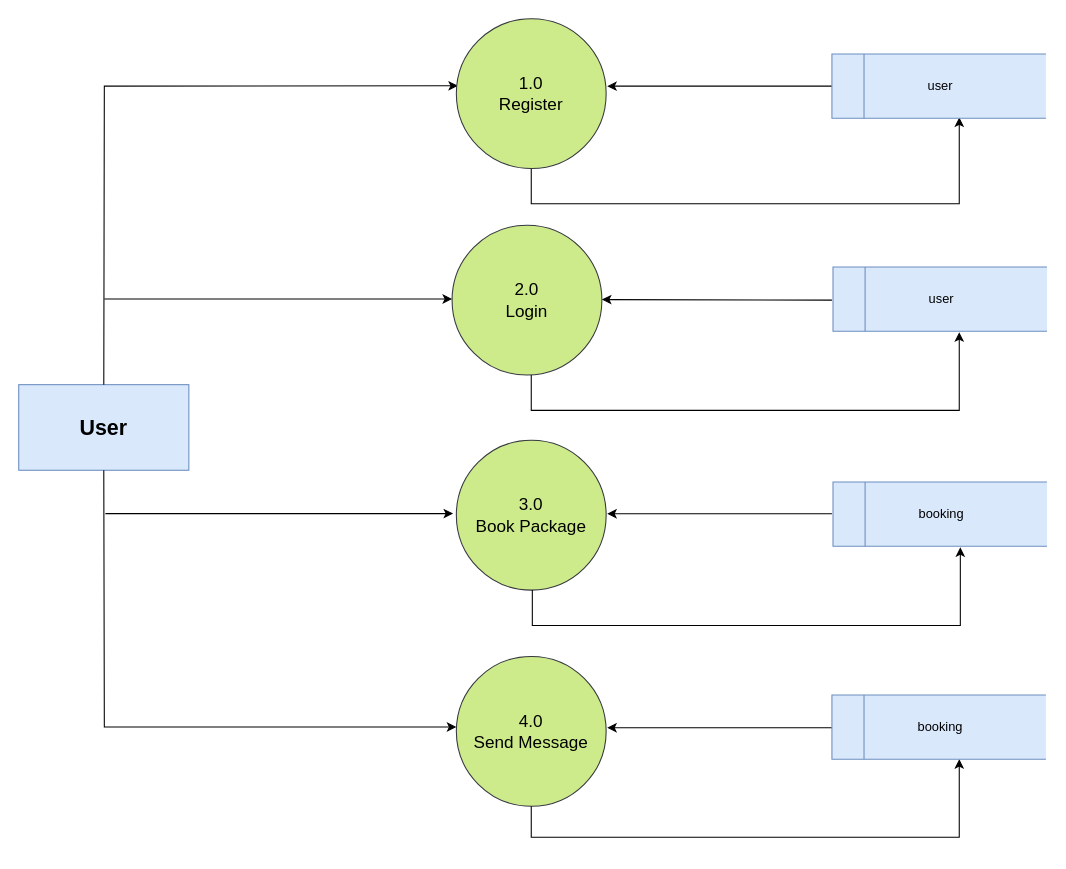
parmarkalpesh/krishnatourism keeps this draw.io diagram as diagram/userdfd.drawio. Above is the earlier version. Source tidied: cells renumbered, new cells numbered last; positions are measured from the earlier drawing's top-left corner, leaving out a move shared by most shapes. Both pictures are drawn from the tidied source at 107%, with x=0, y=0 at pixel (18, 18).
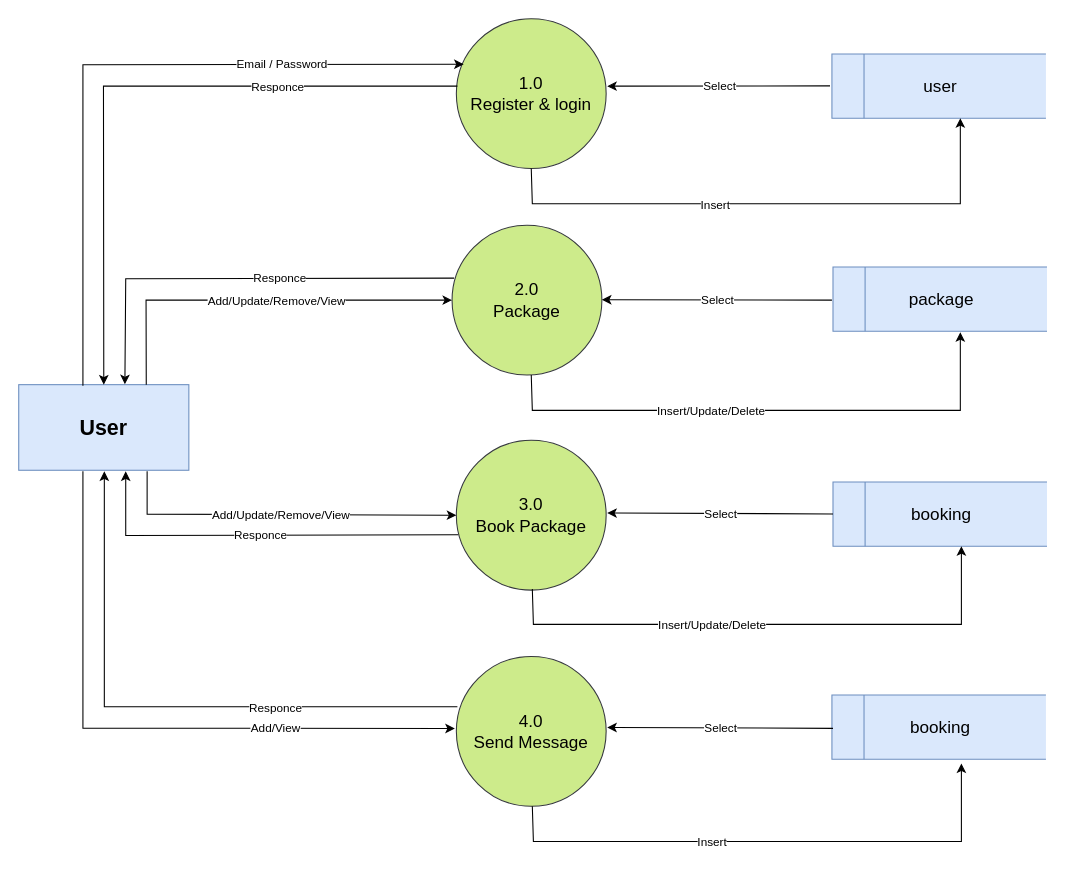
The same page after the edit.

Unchanged cells that the change refers to:
```xml
<mxCell id="3" value="User" style="rounded=0;whiteSpace=wrap;html=1;fillColor=#dae8fc;strokeColor=#6c8ebf;fontSize=20;fontStyle=1;" parent="1" vertex="1">
  <mxGeometry y="342" width="159" height="80" as="geometry" />
</mxCell>
<mxCell id="7" value="3.0&lt;br&gt;Book Package" style="ellipse;whiteSpace=wrap;html=1;fillColor=#cdeb8b;strokeColor=#36393d;fontSize=16;" parent="1" vertex="1">
  <mxGeometry x="409" y="394" width="140" height="140" as="geometry" />
</mxCell>
<mxCell id="15" value="4.0&lt;br&gt;Send Message" style="ellipse;whiteSpace=wrap;html=1;fillColor=#cdeb8b;strokeColor=#36393d;fontSize=16;" parent="1" vertex="1">
  <mxGeometry x="409" y="596" width="140" height="140" as="geometry" />
</mxCell>
```

Change to the diagram source:
```diff
@@
-    <mxCell id="2" style="endArrow=classic;html=1;rounded=0;entryX=0.595;entryY=0.986;entryDx=0;entryDy=0;entryPerimeter=0;" parent="1" edge="1">
-      <mxGeometry relative="1" as="geometry">
-        <mxPoint x="479" y="140" as="sourcePoint" />
-        <mxPoint x="879" y="92.2" as="targetPoint" />
-        <Array as="points">
-          <mxPoint x="479" y="173" />
-          <mxPoint x="879" y="173" />
-        </Array>
-      </mxGeometry>
-    </mxCell>
@@
-    <mxCell id="4" value="2.0&lt;br&gt;Login" style="ellipse;whiteSpace=wrap;html=1;fillColor=#cdeb8b;strokeColor=#36393d;fontSize=16;" parent="1" vertex="1">
+    <mxCell id="4" value="2.0&lt;br&gt;Package" style="ellipse;whiteSpace=wrap;html=1;fillColor=#cdeb8b;strokeColor=#36393d;fontSize=16;" parent="1" vertex="1">
       <mxGeometry x="405" y="193" width="140" height="140" as="geometry" />
     </mxCell>
-    <mxCell id="5" style="endArrow=classic;html=1;rounded=0;exitX=0.5;exitY=0;exitDx=0;exitDy=0;entryX=0.018;entryY=0.448;entryDx=0;entryDy=0;entryPerimeter=0;" parent="1" edge="1" source="3">
-      <mxGeometry relative="1" as="geometry">
-        <mxPoint x="410.5" y="62.7" as="targetPoint" />
-        <Array as="points">
-          <mxPoint x="80" y="63" />
-        </Array>
-      </mxGeometry>
-    </mxCell>
-    <mxCell id="6" value="1.0&lt;br&gt;Register" style="ellipse;whiteSpace=wrap;html=1;fillColor=#cdeb8b;strokeColor=#36393d;fontSize=16;" parent="1" vertex="1">
+    <mxCell id="6" value="1.0&lt;br&gt;Register &amp;amp; login" style="ellipse;whiteSpace=wrap;html=1;fillColor=#cdeb8b;strokeColor=#36393d;fontSize=16;" parent="1" vertex="1">
       <mxGeometry x="409" width="140" height="140" as="geometry" />
     </mxCell>
@@
-    <mxCell id="8" style="endArrow=classic;html=1;rounded=0;entryX=0;entryY=0.5;entryDx=0;entryDy=0;" parent="1" edge="1">
-      <mxGeometry relative="1" as="geometry">
-        <mxPoint x="80" y="262" as="sourcePoint" />
-        <mxPoint x="405" y="262" as="targetPoint" />
-      </mxGeometry>
-    </mxCell>
-    <mxCell id="9" style="endArrow=classic;html=1;rounded=0;exitX=0.5;exitY=1;exitDx=0;exitDy=0;" parent="1" edge="1" source="3">
-      <mxGeometry relative="1" as="geometry">
-        <mxPoint x="409" y="662" as="targetPoint" />
-        <Array as="points">
-          <mxPoint x="80" y="662" />
-        </Array>
-      </mxGeometry>
-    </mxCell>
-    <mxCell id="10" style="endArrow=classic;html=1;rounded=0;" parent="1" edge="1">
-      <mxGeometry relative="1" as="geometry">
-        <mxPoint x="479" y="333" as="sourcePoint" />
-        <mxPoint x="879" y="293" as="targetPoint" />
-        <Array as="points">
-          <mxPoint x="479" y="366" />
-          <mxPoint x="879" y="366" />
-        </Array>
-      </mxGeometry>
-    </mxCell>
-    <mxCell id="11" style="endArrow=classic;html=1;rounded=0;" parent="1" edge="1">
-      <mxGeometry relative="1" as="geometry">
-        <mxPoint x="480" y="534" as="sourcePoint" />
-        <mxPoint x="880" y="494" as="targetPoint" />
-        <Array as="points">
-          <mxPoint x="480" y="567" />
-          <mxPoint x="880" y="567" />
-        </Array>
-      </mxGeometry>
-    </mxCell>
-    <mxCell id="12" style="endArrow=classic;html=1;rounded=0;exitX=0;exitY=0.5;exitDx=0;exitDy=0;" parent="1" edge="1">
-      <mxGeometry relative="1" as="geometry">
-        <mxPoint x="760" y="63" as="sourcePoint" />
-        <mxPoint x="550" y="63" as="targetPoint" />
-      </mxGeometry>
-    </mxCell>
-    <mxCell id="13" style="endArrow=classic;html=1;rounded=0;exitX=0;exitY=0.5;exitDx=0;exitDy=0;" parent="1" edge="1">
-      <mxGeometry relative="1" as="geometry">
-        <mxPoint x="760" y="263" as="sourcePoint" />
-        <mxPoint x="545" y="262.5" as="targetPoint" />
-      </mxGeometry>
-    </mxCell>
-    <mxCell id="14" style="endArrow=classic;html=1;rounded=0;exitX=0;exitY=0.5;exitDx=0;exitDy=0;" parent="1" edge="1">
-      <mxGeometry relative="1" as="geometry">
-        <mxPoint x="760" y="462.6" as="sourcePoint" />
-        <mxPoint x="550" y="462.6" as="targetPoint" />
-      </mxGeometry>
-    </mxCell>
@@
-    <mxCell id="16" style="endArrow=classic;html=1;rounded=0;exitX=0.5;exitY=1;exitDx=0;exitDy=0;" parent="1" edge="1" source="15">
-      <mxGeometry relative="1" as="geometry">
-        <mxPoint x="879" y="692" as="targetPoint" />
-        <Array as="points">
-          <mxPoint x="479" y="765" />
-          <mxPoint x="879" y="765" />
-        </Array>
-      </mxGeometry>
-    </mxCell>
-    <mxCell id="17" style="endArrow=classic;html=1;rounded=0;exitX=0;exitY=0.5;exitDx=0;exitDy=0;" parent="1" edge="1">
-      <mxGeometry relative="1" as="geometry">
-        <mxPoint x="760" y="662.6" as="sourcePoint" />
-        <mxPoint x="550" y="662.6" as="targetPoint" />
-      </mxGeometry>
-    </mxCell>
-    <mxCell id="18" style="endArrow=classic;html=1;rounded=0;entryX=0;entryY=0.5;entryDx=0;entryDy=0;" parent="1" edge="1">
-      <mxGeometry relative="1" as="geometry">
-        <mxPoint x="81" y="462.5" as="sourcePoint" />
-        <mxPoint x="406" y="462.5" as="targetPoint" />
-      </mxGeometry>
-    </mxCell>
-    <mxCell id="19" value="user" style="html=1;dashed=0;whiteSpace=wrap;shape=mxgraph.dfd.dataStoreID;align=center;spacingLeft=3;points=[[0,0],[0.5,0],[1,0],[0,0.5],[1,0.5],[0,1],[0.5,1],[1,1]];fillColor=#dae8fc;strokeColor=#6c8ebf;" parent="1" vertex="1">
+    <mxCell id="19" value="user" style="html=1;dashed=0;whiteSpace=wrap;shape=mxgraph.dfd.dataStoreID;align=center;spacingLeft=3;points=[[0,0],[0.5,0],[1,0],[0,0.5],[1,0.5],[0,1],[0.5,1],[1,1]];fillColor=#dae8fc;strokeColor=#6c8ebf;fontSize=16;" parent="1" vertex="1">
       <mxGeometry x="760" y="33" width="200" height="60" as="geometry" />
     </mxCell>
-    <mxCell id="20" value="user" style="html=1;dashed=0;whiteSpace=wrap;shape=mxgraph.dfd.dataStoreID;align=center;spacingLeft=3;fillColor=#dae8fc;strokeColor=#6c8ebf;" parent="1" vertex="1">
+    <mxCell id="20" value="package" style="html=1;dashed=0;whiteSpace=wrap;shape=mxgraph.dfd.dataStoreID;align=center;spacingLeft=3;fillColor=#dae8fc;strokeColor=#6c8ebf;fontSize=16;" parent="1" vertex="1">
       <mxGeometry x="761" y="232" width="200" height="60" as="geometry" />
     </mxCell>
-    <mxCell id="21" value="booking" style="html=1;dashed=0;whiteSpace=wrap;shape=mxgraph.dfd.dataStoreID;align=center;spacingLeft=3;fillColor=#dae8fc;strokeColor=#6c8ebf;" parent="1" vertex="1">
+    <mxCell id="21" value="booking" style="html=1;dashed=0;whiteSpace=wrap;shape=mxgraph.dfd.dataStoreID;align=center;spacingLeft=3;fillColor=#dae8fc;strokeColor=#6c8ebf;fontSize=16;" parent="1" vertex="1">
       <mxGeometry x="761" y="433" width="200" height="60" as="geometry" />
     </mxCell>
-    <mxCell id="22" value="booking" style="html=1;dashed=0;whiteSpace=wrap;shape=mxgraph.dfd.dataStoreID;align=center;spacingLeft=3;fillColor=#dae8fc;strokeColor=#6c8ebf;" parent="1" vertex="1">
+    <mxCell id="22" value="booking" style="html=1;dashed=0;whiteSpace=wrap;shape=mxgraph.dfd.dataStoreID;align=center;spacingLeft=3;fillColor=#dae8fc;strokeColor=#6c8ebf;fontSize=16;" parent="1" vertex="1">
       <mxGeometry x="760" y="632" width="200" height="60" as="geometry" />
     </mxCell>
+    <mxCell id="23" style="endArrow=classic;html=1;rounded=0;entryX=0.5;entryY=0;entryDx=0;entryDy=0;" parent="1" edge="1" target="3">
+      <mxGeometry relative="1" as="geometry">
+        <mxPoint x="410" y="63" as="sourcePoint" />
+        <Array as="points">
+          <mxPoint x="79.2" y="63" />
+        </Array>
+      </mxGeometry>
+    </mxCell>
+    <mxCell id="24" value="Responce" style="edgeLabel;html=1;align=center;verticalAlign=middle;" parent="23" vertex="1">
+      <mxGeometry relative="1" as="geometry">
+        <mxPoint x="136" as="offset" />
+      </mxGeometry>
+    </mxCell>
+    <mxCell id="25" style="endArrow=classic;html=1;rounded=0;entryX=0.049;entryY=0.304;entryDx=0;entryDy=0;entryPerimeter=0;" parent="1" edge="1" target="6">
+      <mxGeometry relative="1" as="geometry">
+        <mxPoint x="60" y="343" as="sourcePoint" />
+        <Array as="points">
+          <mxPoint x="60" y="43" />
+        </Array>
+      </mxGeometry>
+    </mxCell>
+    <mxCell id="26" value="Email / Password" style="edgeLabel;html=1;align=center;verticalAlign=middle;" parent="25" vertex="1">
+      <mxGeometry relative="1" as="geometry">
+        <mxPoint x="158" as="offset" />
+      </mxGeometry>
+    </mxCell>
+    <mxCell id="27" style="endArrow=classic;html=1;rounded=0;exitX=0.75;exitY=0;exitDx=0;exitDy=0;entryX=0;entryY=0.5;entryDx=0;entryDy=0;" parent="1" edge="1">
+      <mxGeometry relative="1" as="geometry">
+        <mxPoint x="119.2" y="342" as="sourcePoint" />
+        <mxPoint x="405" y="263" as="targetPoint" />
+        <Array as="points">
+          <mxPoint x="119" y="263" />
+        </Array>
+      </mxGeometry>
+    </mxCell>
+    <mxCell id="28" value="Add/Update/Remove/View" style="edgeLabel;html=1;align=center;verticalAlign=middle;" parent="27" vertex="1">
+      <mxGeometry relative="1" as="geometry">
+        <mxPoint x="18" as="offset" />
+      </mxGeometry>
+    </mxCell>
+    <mxCell id="29" style="endArrow=classic;html=1;rounded=0;entryX=0.624;entryY=-0.005;entryDx=0;entryDy=0;entryPerimeter=0;exitX=0.014;exitY=0.353;exitDx=0;exitDy=0;exitPerimeter=0;" parent="1" edge="1" source="4" target="3">
+      <mxGeometry relative="1" as="geometry">
+        <Array as="points">
+          <mxPoint x="100" y="243" />
+        </Array>
+      </mxGeometry>
+    </mxCell>
+    <mxCell id="30" value="Responce" style="edgeLabel;html=1;align=center;verticalAlign=middle;" parent="29" vertex="1">
+      <mxGeometry relative="1" as="geometry">
+        <mxPoint x="40" as="offset" />
+      </mxGeometry>
+    </mxCell>
+    <mxCell id="31" style="endArrow=classic;html=1;rounded=0;entryX=0;entryY=0.5;entryDx=0;entryDy=0;" parent="1" edge="1" target="7">
+      <mxGeometry relative="1" as="geometry">
+        <mxPoint x="120" y="423" as="sourcePoint" />
+        <Array as="points">
+          <mxPoint x="120" y="463" />
+        </Array>
+      </mxGeometry>
+    </mxCell>
+    <mxCell id="32" value="Add/Update/Remove/View" style="edgeLabel;html=1;align=center;verticalAlign=middle;" parent="31" vertex="1">
+      <mxGeometry relative="1" as="geometry" />
+    </mxCell>
+    <mxCell id="33" style="endArrow=classic;html=1;rounded=0;exitX=0.013;exitY=0.631;exitDx=0;exitDy=0;exitPerimeter=0;" parent="1" edge="1" source="7">
+      <mxGeometry relative="1" as="geometry">
+        <mxPoint x="100" y="423" as="targetPoint" />
+        <Array as="points">
+          <mxPoint x="100" y="483" />
+        </Array>
+      </mxGeometry>
+    </mxCell>
+    <mxCell id="34" value="Responce" style="edgeLabel;html=1;align=center;verticalAlign=middle;" parent="33" vertex="1">
+      <mxGeometry relative="1" as="geometry" />
+    </mxCell>
+    <mxCell id="35" style="endArrow=classic;html=1;rounded=0;exitX=0.007;exitY=0.336;exitDx=0;exitDy=0;exitPerimeter=0;" parent="1" edge="1" source="15">
+      <mxGeometry relative="1" as="geometry">
+        <mxPoint x="80" y="423" as="targetPoint" />
+        <Array as="points">
+          <mxPoint x="80" y="643" />
+        </Array>
+      </mxGeometry>
+    </mxCell>
+    <mxCell id="36" value="Responce" style="edgeLabel;html=1;align=center;verticalAlign=middle;" parent="35" vertex="1">
+      <mxGeometry relative="1" as="geometry">
+        <mxPoint x="105" as="offset" />
+      </mxGeometry>
+    </mxCell>
+    <mxCell id="37" style="endArrow=classic;html=1;rounded=0;entryX=-0.01;entryY=0.481;entryDx=0;entryDy=0;entryPerimeter=0;" parent="1" edge="1" target="15">
+      <mxGeometry relative="1" as="geometry">
+        <mxPoint x="60" y="423" as="sourcePoint" />
+        <Array as="points">
+          <mxPoint x="60" y="663" />
+        </Array>
+      </mxGeometry>
+    </mxCell>
+    <mxCell id="38" value="Add/View" style="edgeLabel;html=1;align=center;verticalAlign=middle;" parent="37" vertex="1">
+      <mxGeometry relative="1" as="geometry">
+        <mxPoint x="126" y="-1" as="offset" />
+      </mxGeometry>
+    </mxCell>
+    <mxCell id="39" style="endArrow=classic;html=1;rounded=0;exitX=-0.009;exitY=0.496;exitDx=0;exitDy=0;exitPerimeter=0;" parent="1" edge="1" source="19">
+      <mxGeometry relative="1" as="geometry">
+        <mxPoint x="550" y="63" as="targetPoint" />
+      </mxGeometry>
+    </mxCell>
+    <mxCell id="40" value="Select" style="edgeLabel;html=1;align=center;verticalAlign=middle;" parent="39" vertex="1">
+      <mxGeometry relative="1" as="geometry" />
+    </mxCell>
+    <mxCell id="41" style="endArrow=classic;html=1;rounded=0;exitX=0.5;exitY=1;exitDx=0;exitDy=0;entryX=0.6;entryY=1;entryDx=0;entryDy=0;entryPerimeter=0;" parent="1" edge="1" source="6" target="19">
+      <mxGeometry relative="1" as="geometry">
+        <Array as="points">
+          <mxPoint x="480" y="173" />
+          <mxPoint x="880" y="173" />
+        </Array>
+      </mxGeometry>
+    </mxCell>
+    <mxCell id="42" value="Insert" style="edgeLabel;html=1;align=center;verticalAlign=middle;" parent="41" vertex="1">
+      <mxGeometry relative="1" as="geometry">
+        <mxPoint x="-53" as="offset" />
+      </mxGeometry>
+    </mxCell>
+    <mxCell id="43" style="endArrow=classic;html=1;rounded=0;" parent="1" edge="1">
+      <mxGeometry relative="1" as="geometry">
+        <mxPoint x="760" y="263" as="sourcePoint" />
+        <mxPoint x="545" y="262.6" as="targetPoint" />
+      </mxGeometry>
+    </mxCell>
+    <mxCell id="44" value="Select" style="edgeLabel;html=1;align=center;verticalAlign=middle;" parent="43" vertex="1">
+      <mxGeometry relative="1" as="geometry" />
+    </mxCell>
+    <mxCell id="45" style="endArrow=classic;html=1;rounded=0;exitX=0.5;exitY=1;exitDx=0;exitDy=0;" parent="1" edge="1">
+      <mxGeometry relative="1" as="geometry">
+        <mxPoint x="479" y="333" as="sourcePoint" />
+        <mxPoint x="880" y="293" as="targetPoint" />
+        <Array as="points">
+          <mxPoint x="480" y="366" />
+          <mxPoint x="880" y="366" />
+        </Array>
+      </mxGeometry>
+    </mxCell>
+    <mxCell id="46" value="Insert/Update/Delete" style="edgeLabel;html=1;align=center;verticalAlign=middle;" parent="45" vertex="1">
+      <mxGeometry relative="1" as="geometry">
+        <mxPoint x="-53" as="offset" />
+      </mxGeometry>
+    </mxCell>
+    <mxCell id="47" style="endArrow=classic;html=1;rounded=0;exitX=0.5;exitY=1;exitDx=0;exitDy=0;" parent="1" edge="1">
+      <mxGeometry relative="1" as="geometry">
+        <mxPoint x="480" y="533" as="sourcePoint" />
+        <mxPoint x="881" y="493" as="targetPoint" />
+        <Array as="points">
+          <mxPoint x="481" y="566" />
+          <mxPoint x="881" y="566" />
+        </Array>
+      </mxGeometry>
+    </mxCell>
+    <mxCell id="48" value="Insert/Update/Delete" style="edgeLabel;html=1;align=center;verticalAlign=middle;" parent="47" vertex="1">
+      <mxGeometry relative="1" as="geometry">
+        <mxPoint x="-53" as="offset" />
+      </mxGeometry>
+    </mxCell>
+    <mxCell id="49" style="endArrow=classic;html=1;rounded=0;" parent="1" edge="1">
+      <mxGeometry relative="1" as="geometry">
+        <mxPoint x="761" y="462.8" as="sourcePoint" />
+        <mxPoint x="550" y="462" as="targetPoint" />
+      </mxGeometry>
+    </mxCell>
+    <mxCell id="50" value="Select" style="edgeLabel;html=1;align=center;verticalAlign=middle;" parent="49" vertex="1">
+      <mxGeometry relative="1" as="geometry" />
+    </mxCell>
+    <mxCell id="51" style="endArrow=classic;html=1;rounded=0;" parent="1" edge="1">
+      <mxGeometry relative="1" as="geometry">
+        <mxPoint x="761" y="663.2" as="sourcePoint" />
+        <mxPoint x="550" y="662.4" as="targetPoint" />
+      </mxGeometry>
+    </mxCell>
+    <mxCell id="52" value="Select" style="edgeLabel;html=1;align=center;verticalAlign=middle;" parent="51" vertex="1">
+      <mxGeometry relative="1" as="geometry" />
+    </mxCell>
+    <mxCell id="53" style="endArrow=classic;html=1;rounded=0;exitX=0.5;exitY=1;exitDx=0;exitDy=0;" parent="1" edge="1">
+      <mxGeometry relative="1" as="geometry">
+        <mxPoint x="480" y="736" as="sourcePoint" />
+        <mxPoint x="881" y="696" as="targetPoint" />
+        <Array as="points">
+          <mxPoint x="481" y="769" />
+          <mxPoint x="881" y="769" />
+        </Array>
+      </mxGeometry>
+    </mxCell>
+    <mxCell id="54" value="Insert" style="edgeLabel;html=1;align=center;verticalAlign=middle;" parent="53" vertex="1">
+      <mxGeometry relative="1" as="geometry">
+        <mxPoint x="-53" as="offset" />
+      </mxGeometry>
+    </mxCell>
```
